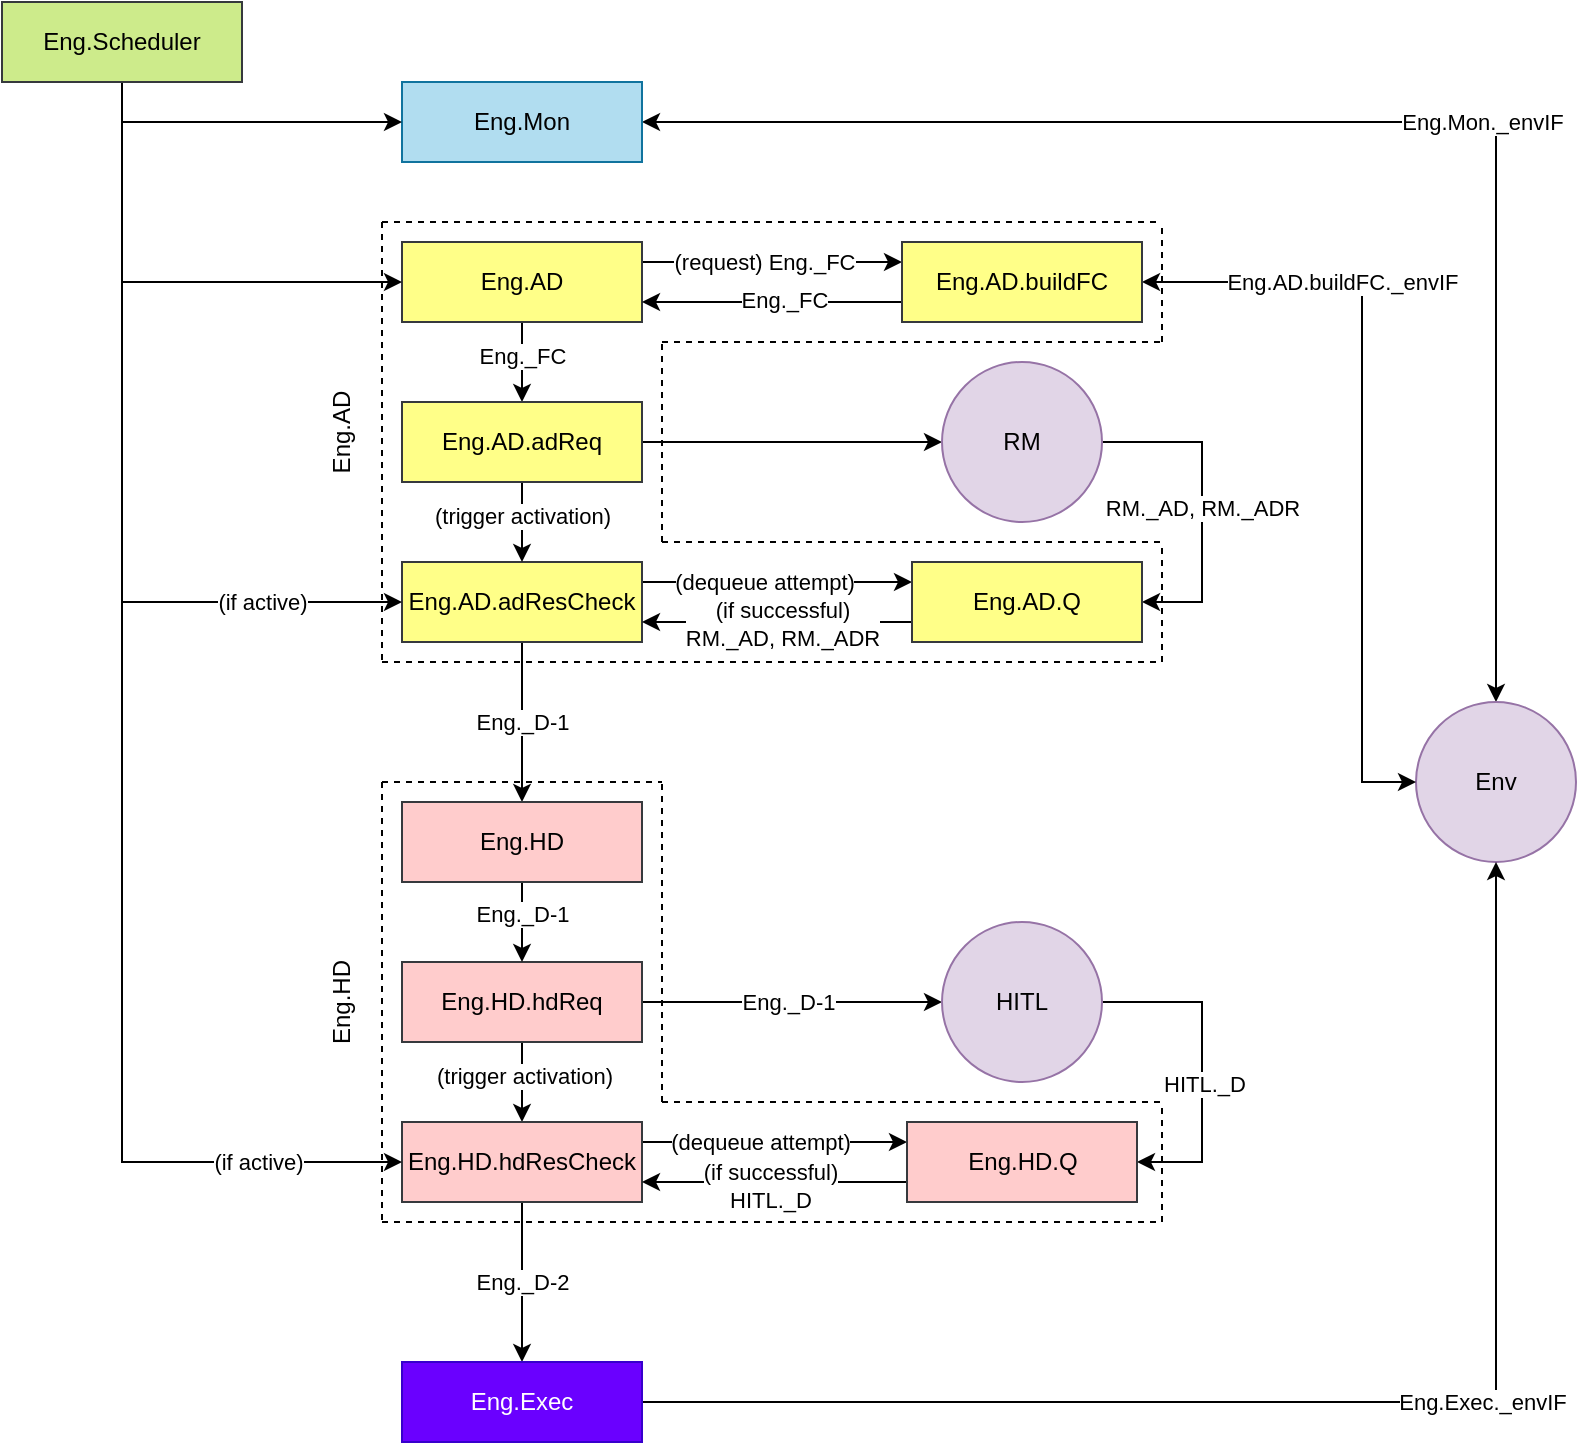
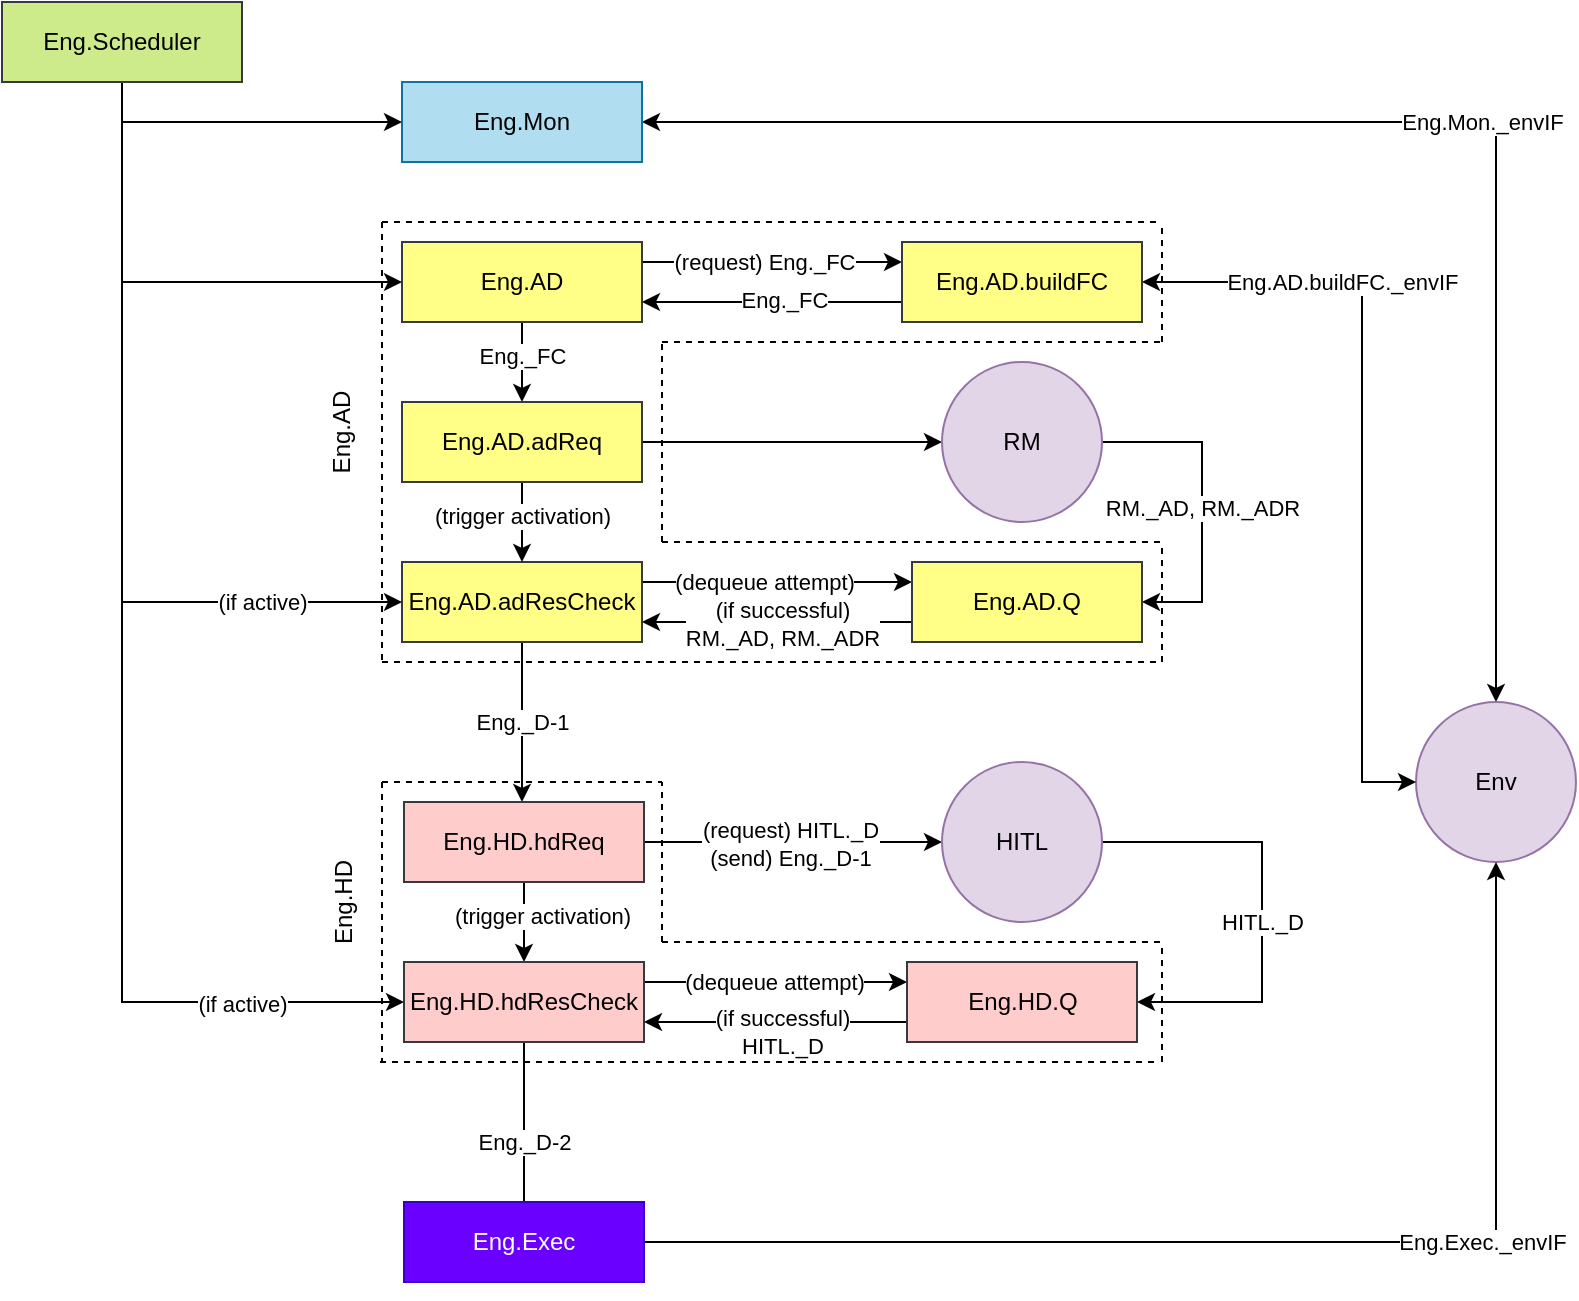
<mxfile host="app.diagrams.net">
  <diagram name="Page-1" id="OlbvHiH25T4Iblp31CC4">
-     <mxGraphModel dx="1304" dy="724" grid="0" gridSize="10" guides="1" tooltips="1" connect="1" arrows="1" fold="1" page="1" pageScale="1" pageWidth="827" pageHeight="1169" background="#ffffff" math="0" shadow="0">
+     <mxGraphModel dx="889" dy="494" grid="0" gridSize="10" guides="1" tooltips="1" connect="1" arrows="1" fold="1" page="1" pageScale="1" pageWidth="827" pageHeight="1169" background="#ffffff" math="0" shadow="0">
      <root>
        <mxCell id="0" />
        <mxCell id="1" parent="0" />
        <mxCell id="co-fIusRbvJiOKSlR68D-45" edge="1" parent="1" source="co-fIusRbvJiOKSlR68D-1" style="edgeStyle=orthogonalEdgeStyle;rounded=0;orthogonalLoop=1;jettySize=auto;html=1;exitX=1;exitY=0.25;exitDx=0;exitDy=0;entryX=0;entryY=0.25;entryDx=0;entryDy=0;" target="co-fIusRbvJiOKSlR68D-44">
          <mxGeometry relative="1" as="geometry" />
        </mxCell>
        <mxCell id="co-fIusRbvJiOKSlR68D-48" connectable="0" parent="co-fIusRbvJiOKSlR68D-45" style="edgeLabel;html=1;align=center;verticalAlign=middle;resizable=0;points=[];" value="(dequeue attempt)" vertex="1">
          <mxGeometry relative="1" x="-0.1062" as="geometry">
            <mxPoint as="offset" />
          </mxGeometry>
        </mxCell>
-         <mxCell id="co-fIusRbvJiOKSlR68D-66" edge="1" parent="1" source="co-fIusRbvJiOKSlR68D-1" style="edgeStyle=orthogonalEdgeStyle;rounded=0;orthogonalLoop=1;jettySize=auto;html=1;exitX=0.5;exitY=1;exitDx=0;exitDy=0;entryX=0.5;entryY=0;entryDx=0;entryDy=0;" target="co-fIusRbvJiOKSlR68D-65">
-           <mxGeometry relative="1" as="geometry" />
+         <mxCell id="co-fIusRbvJiOKSlR68D-66" edge="1" parent="1" source="co-fIusRbvJiOKSlR68D-1" style="edgeStyle=orthogonalEdgeStyle;rounded=0;orthogonalLoop=1;jettySize=auto;html=1;exitX=0.5;exitY=1;exitDx=0;exitDy=0;entryX=0.5;entryY=0;entryDx=0;entryDy=0;">
+           <mxGeometry relative="1" as="geometry">
+             <mxPoint x="380" y="520" as="targetPoint" />
+           </mxGeometry>
        </mxCell>
        <mxCell id="co-fIusRbvJiOKSlR68D-1" parent="1" style="rounded=0;whiteSpace=wrap;html=1;fillColor=#ffff88;strokeColor=#36393d;" value="Eng.AD.adResCheck" vertex="1">
          <mxGeometry height="40" width="120" x="320" y="400" as="geometry" />
        </mxCell>
        <mxCell id="co-fIusRbvJiOKSlR68D-20" edge="1" parent="1" source="co-fIusRbvJiOKSlR68D-2" style="edgeStyle=orthogonalEdgeStyle;rounded=0;orthogonalLoop=1;jettySize=auto;html=1;exitX=1;exitY=0.5;exitDx=0;exitDy=0;strokeColor=default;startArrow=classic;startFill=1;" target="co-fIusRbvJiOKSlR68D-19">
          <mxGeometry relative="1" as="geometry" />
        </mxCell>
        <mxCell id="co-fIusRbvJiOKSlR68D-22" connectable="0" parent="co-fIusRbvJiOKSlR68D-20" style="edgeLabel;html=1;align=center;verticalAlign=middle;resizable=0;points=[];" value="Eng.Mon._envIF" vertex="1">
          <mxGeometry relative="1" x="-0.04" y="2" as="geometry">
            <mxPoint x="76" y="2" as="offset" />
          </mxGeometry>
        </mxCell>
        <mxCell id="co-fIusRbvJiOKSlR68D-2" parent="1" style="rounded=0;whiteSpace=wrap;html=1;fillColor=#b1ddf0;strokeColor=#10739e;" value="Eng.Mon" vertex="1">
          <mxGeometry height="40" width="120" x="320" y="160" as="geometry" />
        </mxCell>
        <mxCell id="co-fIusRbvJiOKSlR68D-30" edge="1" parent="1" source="co-fIusRbvJiOKSlR68D-3" style="edgeStyle=orthogonalEdgeStyle;rounded=0;orthogonalLoop=1;jettySize=auto;html=1;exitX=1;exitY=0.25;exitDx=0;exitDy=0;entryX=0;entryY=0.25;entryDx=0;entryDy=0;" target="co-fIusRbvJiOKSlR68D-23">
          <mxGeometry relative="1" as="geometry" />
        </mxCell>
        <mxCell id="co-fIusRbvJiOKSlR68D-32" connectable="0" parent="co-fIusRbvJiOKSlR68D-30" style="edgeLabel;html=1;align=center;verticalAlign=middle;resizable=0;points=[];" value="(request) Eng._FC" vertex="1">
          <mxGeometry relative="1" x="-0.1785" as="geometry">
            <mxPoint x="7" as="offset" />
          </mxGeometry>
        </mxCell>
        <mxCell id="co-fIusRbvJiOKSlR68D-34" edge="1" parent="1" source="co-fIusRbvJiOKSlR68D-3" style="edgeStyle=orthogonalEdgeStyle;rounded=0;orthogonalLoop=1;jettySize=auto;html=1;exitX=0.5;exitY=1;exitDx=0;exitDy=0;" target="co-fIusRbvJiOKSlR68D-5">
          <mxGeometry relative="1" as="geometry" />
        </mxCell>
        <mxCell id="co-fIusRbvJiOKSlR68D-35" connectable="0" parent="co-fIusRbvJiOKSlR68D-34" style="edgeLabel;html=1;align=center;verticalAlign=middle;resizable=0;points=[];" value="Eng._FC" vertex="1">
          <mxGeometry relative="1" x="-0.38" y="-1" as="geometry">
            <mxPoint x="1" y="4" as="offset" />
          </mxGeometry>
        </mxCell>
        <mxCell id="co-fIusRbvJiOKSlR68D-3" parent="1" style="rounded=0;whiteSpace=wrap;html=1;fillColor=#ffff88;strokeColor=#36393d;" value="Eng.AD" vertex="1">
          <mxGeometry height="40" width="120" x="320" y="240" as="geometry" />
        </mxCell>
        <mxCell id="co-fIusRbvJiOKSlR68D-75" edge="1" parent="1" source="co-fIusRbvJiOKSlR68D-4" style="edgeStyle=orthogonalEdgeStyle;rounded=0;orthogonalLoop=1;jettySize=auto;html=1;exitX=1;exitY=0.5;exitDx=0;exitDy=0;entryX=0;entryY=0.5;entryDx=0;entryDy=0;" target="co-fIusRbvJiOKSlR68D-68">
          <mxGeometry relative="1" as="geometry" />
        </mxCell>
        <mxCell id="co-fIusRbvJiOKSlR68D-90" edge="1" parent="1" source="co-fIusRbvJiOKSlR68D-4" style="edgeStyle=orthogonalEdgeStyle;rounded=0;orthogonalLoop=1;jettySize=auto;html=1;exitX=0.5;exitY=1;exitDx=0;exitDy=0;entryX=0.5;entryY=0;entryDx=0;entryDy=0;" target="co-fIusRbvJiOKSlR68D-6">
          <mxGeometry relative="1" as="geometry" />
        </mxCell>
        <mxCell id="co-fIusRbvJiOKSlR68D-4" parent="1" style="rounded=0;whiteSpace=wrap;html=1;fillColor=#ffcccc;strokeColor=#36393d;" value="Eng.HD.hdReq&lt;span style=&quot;color: rgba(0, 0, 0, 0); font-family: monospace; font-size: 0px; text-align: start; white-space: nowrap;&quot;&gt;%3CmxGraphModel%3E%3Croot%3E%3CmxCell%20id%3D%220%22%2F%3E%3CmxCell%20id%3D%221%22%20parent%3D%220%22%2F%3E%3CmxCell%20id%3D%222%22%20parent%3D%221%22%20style%3D%22rounded%3D0%3BwhiteSpace%3Dwrap%3Bhtml%3D1%3B%22%20value%3D%22Eng.dResCheck%22%20vertex%3D%221%22%3E%3CmxGeometry%20height%3D%2240%22%20width%3D%22120%22%20x%3D%22160%22%20y%3D%2280%22%20as%3D%22geometry%22%2F%3E%3C%2FmxCell%3E%3C%2Froot%3E%3C%2FmxGraphModel%3E&lt;/span&gt;" vertex="1">
-           <mxGeometry height="40" width="120" x="320" y="600" as="geometry" />
+           <mxGeometry height="40" width="120" x="321" y="520" as="geometry" />
        </mxCell>
        <mxCell id="co-fIusRbvJiOKSlR68D-36" edge="1" parent="1" source="co-fIusRbvJiOKSlR68D-5" style="edgeStyle=orthogonalEdgeStyle;rounded=0;orthogonalLoop=1;jettySize=auto;html=1;exitX=1;exitY=0.5;exitDx=0;exitDy=0;entryX=0;entryY=0.5;entryDx=0;entryDy=0;" target="co-fIusRbvJiOKSlR68D-37">
          <mxGeometry relative="1" as="geometry">
            <mxPoint x="560" y="340" as="targetPoint" />
          </mxGeometry>
        </mxCell>
        <mxCell id="co-fIusRbvJiOKSlR68D-39" edge="1" parent="1" source="co-fIusRbvJiOKSlR68D-5" style="edgeStyle=orthogonalEdgeStyle;rounded=0;orthogonalLoop=1;jettySize=auto;html=1;exitX=0.5;exitY=1;exitDx=0;exitDy=0;entryX=0.5;entryY=0;entryDx=0;entryDy=0;" target="co-fIusRbvJiOKSlR68D-1">
          <mxGeometry relative="1" as="geometry" />
        </mxCell>
        <mxCell id="co-fIusRbvJiOKSlR68D-40" connectable="0" parent="co-fIusRbvJiOKSlR68D-39" style="edgeLabel;html=1;align=center;verticalAlign=middle;resizable=0;points=[];" value="(trigger activation)" vertex="1">
          <mxGeometry relative="1" x="-0.18" as="geometry">
            <mxPoint as="offset" />
          </mxGeometry>
        </mxCell>
        <mxCell id="co-fIusRbvJiOKSlR68D-5" parent="1" style="rounded=0;whiteSpace=wrap;html=1;fillColor=#ffff88;strokeColor=#36393d;" value="Eng.AD.adReq" vertex="1">
          <mxGeometry height="40" width="120" x="320" y="320" as="geometry" />
        </mxCell>
        <mxCell id="co-fIusRbvJiOKSlR68D-79" edge="1" parent="1" source="co-fIusRbvJiOKSlR68D-6" style="edgeStyle=orthogonalEdgeStyle;rounded=0;orthogonalLoop=1;jettySize=auto;html=1;exitX=1;exitY=0.25;exitDx=0;exitDy=0;entryX=0;entryY=0.25;entryDx=0;entryDy=0;" target="co-fIusRbvJiOKSlR68D-77">
          <mxGeometry relative="1" as="geometry" />
        </mxCell>
        <mxCell id="co-fIusRbvJiOKSlR68D-97" edge="1" parent="1" source="co-fIusRbvJiOKSlR68D-6" style="edgeStyle=orthogonalEdgeStyle;rounded=0;orthogonalLoop=1;jettySize=auto;html=1;exitX=0.5;exitY=1;exitDx=0;exitDy=0;entryX=0.5;entryY=0;entryDx=0;entryDy=0;" target="co-fIusRbvJiOKSlR68D-93">
          <mxGeometry relative="1" as="geometry">
            <Array as="points">
              <mxPoint x="380" y="760" />
              <mxPoint x="380" y="760" />
            </Array>
          </mxGeometry>
        </mxCell>
        <mxCell id="co-fIusRbvJiOKSlR68D-6" parent="1" style="rounded=0;whiteSpace=wrap;html=1;fillColor=#ffcccc;strokeColor=#36393d;" value="Eng.HD.hdResCheck" vertex="1">
-           <mxGeometry height="40" width="120" x="320" y="680" as="geometry" />
+           <mxGeometry height="40" width="120" x="321" y="600" as="geometry" />
        </mxCell>
        <mxCell id="co-fIusRbvJiOKSlR68D-19" parent="1" style="ellipse;whiteSpace=wrap;html=1;aspect=fixed;fillColor=#e1d5e7;strokeColor=#9673a6;" value="Env" vertex="1">
          <mxGeometry height="80" width="80" x="827" y="470" as="geometry" />
        </mxCell>
        <mxCell id="co-fIusRbvJiOKSlR68D-31" edge="1" parent="1" source="co-fIusRbvJiOKSlR68D-23" style="edgeStyle=orthogonalEdgeStyle;rounded=0;orthogonalLoop=1;jettySize=auto;html=1;exitX=0;exitY=0.75;exitDx=0;exitDy=0;entryX=1;entryY=0.75;entryDx=0;entryDy=0;" target="co-fIusRbvJiOKSlR68D-3">
          <mxGeometry relative="1" as="geometry" />
        </mxCell>
        <mxCell id="co-fIusRbvJiOKSlR68D-33" connectable="0" parent="co-fIusRbvJiOKSlR68D-31" style="edgeLabel;html=1;align=center;verticalAlign=middle;resizable=0;points=[];" value="Eng._FC" vertex="1">
          <mxGeometry relative="1" x="0.0708" y="-1" as="geometry">
            <mxPoint x="10" as="offset" />
          </mxGeometry>
        </mxCell>
        <mxCell id="co-fIusRbvJiOKSlR68D-106" edge="1" parent="1" source="co-fIusRbvJiOKSlR68D-23" style="edgeStyle=orthogonalEdgeStyle;rounded=0;orthogonalLoop=1;jettySize=auto;html=1;exitX=1;exitY=0.5;exitDx=0;exitDy=0;entryX=0;entryY=0.5;entryDx=0;entryDy=0;startArrow=classic;startFill=1;" target="co-fIusRbvJiOKSlR68D-19">
          <mxGeometry relative="1" as="geometry">
            <Array as="points">
              <mxPoint x="800" y="260" />
              <mxPoint x="800" y="510" />
            </Array>
          </mxGeometry>
        </mxCell>
        <mxCell id="co-fIusRbvJiOKSlR68D-23" parent="1" style="rounded=0;whiteSpace=wrap;html=1;fillColor=#ffff88;strokeColor=#36393d;" value="Eng.AD.buildFC" vertex="1">
          <mxGeometry height="40" width="120" x="570" y="240" as="geometry" />
        </mxCell>
        <mxCell id="co-fIusRbvJiOKSlR68D-25" edge="1" parent="1" source="co-fIusRbvJiOKSlR68D-24" style="edgeStyle=orthogonalEdgeStyle;rounded=0;orthogonalLoop=1;jettySize=auto;html=1;exitX=0.5;exitY=1;exitDx=0;exitDy=0;entryX=0;entryY=0.5;entryDx=0;entryDy=0;" target="co-fIusRbvJiOKSlR68D-2">
          <mxGeometry relative="1" as="geometry" />
        </mxCell>
        <mxCell id="co-fIusRbvJiOKSlR68D-26" edge="1" parent="1" source="co-fIusRbvJiOKSlR68D-24" style="edgeStyle=orthogonalEdgeStyle;rounded=0;orthogonalLoop=1;jettySize=auto;html=1;exitX=0.5;exitY=1;exitDx=0;exitDy=0;entryX=0;entryY=0.5;entryDx=0;entryDy=0;" target="co-fIusRbvJiOKSlR68D-3">
          <mxGeometry relative="1" as="geometry" />
        </mxCell>
        <mxCell id="co-fIusRbvJiOKSlR68D-38" edge="1" parent="1" source="co-fIusRbvJiOKSlR68D-24" style="edgeStyle=orthogonalEdgeStyle;rounded=0;orthogonalLoop=1;jettySize=auto;html=1;exitX=0.5;exitY=1;exitDx=0;exitDy=0;entryX=0;entryY=0.5;entryDx=0;entryDy=0;" target="co-fIusRbvJiOKSlR68D-1">
          <mxGeometry relative="1" as="geometry" />
        </mxCell>
        <mxCell id="co-fIusRbvJiOKSlR68D-42" connectable="0" parent="co-fIusRbvJiOKSlR68D-38" style="edgeLabel;html=1;align=center;verticalAlign=middle;resizable=0;points=[];" value="(if active)" vertex="1">
          <mxGeometry relative="1" x="0.6308" y="-2" as="geometry">
            <mxPoint x="4" y="-2" as="offset" />
          </mxGeometry>
        </mxCell>
        <mxCell id="co-fIusRbvJiOKSlR68D-81" edge="1" parent="1" source="co-fIusRbvJiOKSlR68D-24" style="edgeStyle=orthogonalEdgeStyle;rounded=0;orthogonalLoop=1;jettySize=auto;html=1;exitX=0.5;exitY=1;exitDx=0;exitDy=0;entryX=0;entryY=0.5;entryDx=0;entryDy=0;" target="co-fIusRbvJiOKSlR68D-6">
          <mxGeometry relative="1" as="geometry" />
        </mxCell>
        <mxCell id="co-fIusRbvJiOKSlR68D-24" parent="1" style="rounded=0;whiteSpace=wrap;html=1;fillColor=#cdeb8b;strokeColor=#36393d;" value="Eng.Scheduler" vertex="1">
          <mxGeometry height="40" width="120" x="120" y="120" as="geometry" />
        </mxCell>
        <mxCell id="co-fIusRbvJiOKSlR68D-63" edge="1" parent="1" source="co-fIusRbvJiOKSlR68D-37" style="edgeStyle=orthogonalEdgeStyle;rounded=0;orthogonalLoop=1;jettySize=auto;html=1;exitX=1;exitY=0.5;exitDx=0;exitDy=0;entryX=1;entryY=0.5;entryDx=0;entryDy=0;" target="co-fIusRbvJiOKSlR68D-44">
          <mxGeometry relative="1" as="geometry">
            <Array as="points">
              <mxPoint x="720" y="340" />
              <mxPoint x="720" y="420" />
            </Array>
          </mxGeometry>
        </mxCell>
        <mxCell id="co-fIusRbvJiOKSlR68D-64" connectable="0" parent="co-fIusRbvJiOKSlR68D-63" style="edgeLabel;html=1;align=center;verticalAlign=middle;resizable=0;points=[];" value="RM._AD, RM._ADR" vertex="1">
          <mxGeometry relative="1" x="0.0314" y="-2" as="geometry">
            <mxPoint x="2" as="offset" />
          </mxGeometry>
        </mxCell>
        <mxCell id="co-fIusRbvJiOKSlR68D-37" parent="1" style="ellipse;whiteSpace=wrap;html=1;aspect=fixed;fillColor=#e1d5e7;strokeColor=#9673a6;" value="RM" vertex="1">
          <mxGeometry height="80" width="80" x="590" y="300" as="geometry" />
        </mxCell>
        <mxCell id="co-fIusRbvJiOKSlR68D-47" edge="1" parent="1" source="co-fIusRbvJiOKSlR68D-44" style="edgeStyle=orthogonalEdgeStyle;rounded=0;orthogonalLoop=1;jettySize=auto;html=1;exitX=0;exitY=0.75;exitDx=0;exitDy=0;entryX=1;entryY=0.75;entryDx=0;entryDy=0;" target="co-fIusRbvJiOKSlR68D-1">
          <mxGeometry relative="1" as="geometry" />
        </mxCell>
        <mxCell id="co-fIusRbvJiOKSlR68D-49" connectable="0" parent="co-fIusRbvJiOKSlR68D-47" style="edgeLabel;html=1;align=center;verticalAlign=middle;resizable=0;points=[];" value="(if successful)&lt;div&gt;RM._AD, RM._ADR&lt;/div&gt;" vertex="1">
          <mxGeometry relative="1" x="0.0084" as="geometry">
            <mxPoint x="3" y="1" as="offset" />
          </mxGeometry>
        </mxCell>
        <mxCell id="co-fIusRbvJiOKSlR68D-44" parent="1" style="rounded=0;whiteSpace=wrap;html=1;fillColor=#ffff88;strokeColor=#36393d;" value="Eng.AD.Q" vertex="1">
          <mxGeometry height="40" width="115" x="575" y="400" as="geometry" />
        </mxCell>
        <mxCell id="co-fIusRbvJiOKSlR68D-51" edge="1" parent="1" style="endArrow=none;dashed=1;html=1;rounded=0;" value="">
          <mxGeometry height="50" relative="1" width="50" as="geometry">
            <mxPoint x="310" y="230" as="sourcePoint" />
            <mxPoint x="700" y="230" as="targetPoint" />
          </mxGeometry>
        </mxCell>
        <mxCell id="co-fIusRbvJiOKSlR68D-52" edge="1" parent="1" style="endArrow=none;dashed=1;html=1;rounded=0;" value="">
          <mxGeometry height="50" relative="1" width="50" as="geometry">
            <mxPoint x="310" y="230" as="sourcePoint" />
            <mxPoint x="310" y="450" as="targetPoint" />
          </mxGeometry>
        </mxCell>
        <mxCell id="co-fIusRbvJiOKSlR68D-53" edge="1" parent="1" style="endArrow=none;dashed=1;html=1;rounded=0;" value="">
          <mxGeometry height="50" relative="1" width="50" as="geometry">
            <mxPoint x="310" y="450" as="sourcePoint" />
            <mxPoint x="700" y="450" as="targetPoint" />
          </mxGeometry>
        </mxCell>
        <mxCell id="co-fIusRbvJiOKSlR68D-54" edge="1" parent="1" style="endArrow=none;dashed=1;html=1;rounded=0;" value="">
          <mxGeometry height="50" relative="1" width="50" as="geometry">
            <mxPoint x="700" y="450" as="sourcePoint" />
            <mxPoint x="700" y="390" as="targetPoint" />
          </mxGeometry>
        </mxCell>
        <mxCell id="co-fIusRbvJiOKSlR68D-55" edge="1" parent="1" style="endArrow=none;dashed=1;html=1;rounded=0;" value="">
          <mxGeometry height="50" relative="1" width="50" as="geometry">
            <mxPoint x="450" y="390" as="sourcePoint" />
            <mxPoint x="700" y="390" as="targetPoint" />
          </mxGeometry>
        </mxCell>
        <mxCell id="co-fIusRbvJiOKSlR68D-57" edge="1" parent="1" style="endArrow=none;dashed=1;html=1;rounded=0;" value="">
          <mxGeometry height="50" relative="1" width="50" as="geometry">
            <mxPoint x="450" y="290" as="sourcePoint" />
            <mxPoint x="700" y="290" as="targetPoint" />
          </mxGeometry>
        </mxCell>
        <mxCell id="co-fIusRbvJiOKSlR68D-58" parent="1" style="text;html=1;whiteSpace=wrap;strokeColor=none;fillColor=none;align=center;verticalAlign=middle;rounded=0;rotation=-90;" value="Eng.AD" vertex="1">
          <mxGeometry height="30" width="60" x="260" y="320" as="geometry" />
        </mxCell>
        <mxCell id="co-fIusRbvJiOKSlR68D-59" edge="1" parent="1" style="endArrow=none;dashed=1;html=1;rounded=0;" value="">
          <mxGeometry height="50" relative="1" width="50" as="geometry">
            <mxPoint x="700" y="290" as="sourcePoint" />
            <mxPoint x="700" y="230" as="targetPoint" />
          </mxGeometry>
        </mxCell>
        <mxCell id="co-fIusRbvJiOKSlR68D-60" edge="1" parent="1" style="endArrow=none;dashed=1;html=1;rounded=0;" value="">
          <mxGeometry height="50" relative="1" width="50" as="geometry">
            <mxPoint x="450" y="390" as="sourcePoint" />
            <mxPoint x="450" y="290" as="targetPoint" />
          </mxGeometry>
        </mxCell>
-         <mxCell id="co-fIusRbvJiOKSlR68D-71" edge="1" parent="1" source="co-fIusRbvJiOKSlR68D-65" style="edgeStyle=orthogonalEdgeStyle;rounded=0;orthogonalLoop=1;jettySize=auto;html=1;exitX=0.5;exitY=1;exitDx=0;exitDy=0;entryX=0.5;entryY=0;entryDx=0;entryDy=0;" target="co-fIusRbvJiOKSlR68D-4">
-           <mxGeometry relative="1" as="geometry" />
-         </mxCell>
-         <mxCell id="co-fIusRbvJiOKSlR68D-100" connectable="0" parent="co-fIusRbvJiOKSlR68D-71" style="edgeLabel;html=1;align=center;verticalAlign=middle;resizable=0;points=[];" value="&lt;span style=&quot;color: rgba(0, 0, 0, 0); font-family: monospace; font-size: 0px; text-align: start; background-color: rgb(236, 236, 236);&quot;&gt;%3CmxGraphModel%3E%3Croot%3E%3CmxCell%20id%3D%220%22%2F%3E%3CmxCell%20id%3D%221%22%20parent%3D%220%22%2F%3E%3CmxCell%20id%3D%222%22%20connectable%3D%220%22%20parent%3D%221%22%20style%3D%22edgeLabel%3Bhtml%3D1%3Balign%3Dcenter%3BverticalAlign%3Dmiddle%3Bresizable%3D0%3Bpoints%3D%5B%5D%3B%22%20value%3D%22Eng._D-1%22%20vertex%3D%221%22%3E%3CmxGeometry%20x%3D%22513%22%20y%3D%22620%22%20as%3D%22geometry%22%2F%3E%3C%2FmxCell%3E%3C%2Froot%3E%3C%2FmxGraphModel%3E&lt;/span&gt;" vertex="1">
-           <mxGeometry relative="1" x="-0.1789" as="geometry">
-             <mxPoint as="offset" />
-           </mxGeometry>
-         </mxCell>
-         <mxCell id="co-fIusRbvJiOKSlR68D-65" parent="1" style="rounded=0;whiteSpace=wrap;html=1;fillColor=#ffcccc;strokeColor=#36393d;" value="Eng.HD" vertex="1">
-           <mxGeometry height="40" width="120" x="320" y="520" as="geometry" />
-         </mxCell>
        <mxCell id="co-fIusRbvJiOKSlR68D-67" connectable="0" parent="1" style="edgeLabel;html=1;align=center;verticalAlign=middle;resizable=0;points=[];" value="Eng._D-1" vertex="1">
          <mxGeometry x="380" y="480" as="geometry" />
        </mxCell>
        <mxCell id="co-fIusRbvJiOKSlR68D-78" edge="1" parent="1" source="co-fIusRbvJiOKSlR68D-68" style="edgeStyle=orthogonalEdgeStyle;rounded=0;orthogonalLoop=1;jettySize=auto;html=1;exitX=1;exitY=0.5;exitDx=0;exitDy=0;entryX=1;entryY=0.5;entryDx=0;entryDy=0;" target="co-fIusRbvJiOKSlR68D-77">
          <mxGeometry relative="1" as="geometry">
            <Array as="points">
-               <mxPoint x="720" y="620" />
-               <mxPoint x="720" y="700" />
+               <mxPoint x="750" y="540" />
+               <mxPoint x="750" y="620" />
            </Array>
          </mxGeometry>
        </mxCell>
        <mxCell id="co-fIusRbvJiOKSlR68D-96" connectable="0" parent="co-fIusRbvJiOKSlR68D-78" style="edgeLabel;html=1;align=center;verticalAlign=middle;resizable=0;points=[];" value="HITL._D" vertex="1">
          <mxGeometry relative="1" x="0.1218" y="1" as="geometry">
-             <mxPoint as="offset" />
+             <mxPoint x="-1" y="-5" as="offset" />
          </mxGeometry>
        </mxCell>
        <mxCell id="co-fIusRbvJiOKSlR68D-68" parent="1" style="ellipse;whiteSpace=wrap;html=1;aspect=fixed;fillColor=#e1d5e7;strokeColor=#9673a6;" value="HITL" vertex="1">
-           <mxGeometry height="80" width="80" x="590" y="580" as="geometry" />
+           <mxGeometry height="80" width="80" x="590" y="500" as="geometry" />
        </mxCell>
        <mxCell id="co-fIusRbvJiOKSlR68D-80" edge="1" parent="1" source="co-fIusRbvJiOKSlR68D-77" style="edgeStyle=orthogonalEdgeStyle;rounded=0;orthogonalLoop=1;jettySize=auto;html=1;exitX=0;exitY=0.75;exitDx=0;exitDy=0;entryX=1;entryY=0.75;entryDx=0;entryDy=0;" target="co-fIusRbvJiOKSlR68D-6">
          <mxGeometry relative="1" as="geometry" />
        </mxCell>
        <mxCell id="co-fIusRbvJiOKSlR68D-77" parent="1" style="rounded=0;whiteSpace=wrap;html=1;fillColor=#ffcccc;strokeColor=#36393d;" value="Eng.HD.Q" vertex="1">
-           <mxGeometry height="40" width="115" x="572.5" y="680" as="geometry" />
+           <mxGeometry height="40" width="115" x="572.5" y="600" as="geometry" />
        </mxCell>
        <mxCell id="co-fIusRbvJiOKSlR68D-83" connectable="0" parent="1" style="edgeLabel;html=1;align=center;verticalAlign=middle;resizable=0;points=[];" value="(if active)" vertex="1">
-           <mxGeometry x="248" y="719" as="geometry">
+           <mxGeometry x="240" y="640" as="geometry">
            <mxPoint y="-19" as="offset" />
          </mxGeometry>
        </mxCell>
        <mxCell id="co-fIusRbvJiOKSlR68D-84" edge="1" parent="1" style="endArrow=none;dashed=1;html=1;rounded=0;" value="">
          <mxGeometry height="50" relative="1" width="50" as="geometry">
            <mxPoint x="310" y="510" as="sourcePoint" />
            <mxPoint x="450" y="510" as="targetPoint" />
          </mxGeometry>
        </mxCell>
        <mxCell id="co-fIusRbvJiOKSlR68D-85" edge="1" parent="1" style="endArrow=none;dashed=1;html=1;rounded=0;" value="">
          <mxGeometry height="50" relative="1" width="50" as="geometry">
            <mxPoint x="310" y="510" as="sourcePoint" />
-             <mxPoint x="310" y="730" as="targetPoint" />
+             <mxPoint x="310" y="650" as="targetPoint" />
          </mxGeometry>
        </mxCell>
        <mxCell id="co-fIusRbvJiOKSlR68D-86" edge="1" parent="1" style="endArrow=none;dashed=1;html=1;rounded=0;" value="">
          <mxGeometry height="50" relative="1" width="50" as="geometry">
-             <mxPoint x="310" y="730" as="sourcePoint" />
-             <mxPoint x="700" y="730" as="targetPoint" />
+             <mxPoint x="309" y="650" as="sourcePoint" />
+             <mxPoint x="699" y="650" as="targetPoint" />
          </mxGeometry>
        </mxCell>
        <mxCell id="co-fIusRbvJiOKSlR68D-87" edge="1" parent="1" style="endArrow=none;dashed=1;html=1;rounded=0;" value="">
          <mxGeometry height="50" relative="1" width="50" as="geometry">
-             <mxPoint x="700" y="730" as="sourcePoint" />
-             <mxPoint x="700" y="670" as="targetPoint" />
+             <mxPoint x="700" y="650" as="sourcePoint" />
+             <mxPoint x="700" y="590" as="targetPoint" />
          </mxGeometry>
        </mxCell>
        <mxCell id="co-fIusRbvJiOKSlR68D-88" edge="1" parent="1" style="endArrow=none;dashed=1;html=1;rounded=0;" value="">
          <mxGeometry height="50" relative="1" width="50" as="geometry">
-             <mxPoint x="450" y="670" as="sourcePoint" />
-             <mxPoint x="700" y="670" as="targetPoint" />
+             <mxPoint x="450" y="590" as="sourcePoint" />
+             <mxPoint x="700" y="590" as="targetPoint" />
          </mxGeometry>
        </mxCell>
        <mxCell id="co-fIusRbvJiOKSlR68D-89" edge="1" parent="1" style="endArrow=none;dashed=1;html=1;rounded=0;" value="">
          <mxGeometry height="50" relative="1" width="50" as="geometry">
-             <mxPoint x="450" y="670" as="sourcePoint" />
+             <mxPoint x="450" y="590" as="sourcePoint" />
            <mxPoint x="450" y="510" as="targetPoint" />
          </mxGeometry>
        </mxCell>
        <mxCell id="co-fIusRbvJiOKSlR68D-91" connectable="0" parent="1" style="edgeLabel;html=1;align=center;verticalAlign=middle;resizable=0;points=[];" value="(trigger activation)" vertex="1">
-           <mxGeometry x="381" y="657" as="geometry" />
+           <mxGeometry x="390" y="577" as="geometry" />
        </mxCell>
        <mxCell id="co-fIusRbvJiOKSlR68D-92" parent="1" style="text;html=1;whiteSpace=wrap;strokeColor=none;fillColor=none;align=center;verticalAlign=middle;rounded=0;rotation=-90;" value="Eng.HD" vertex="1">
-           <mxGeometry height="30" width="60" x="260" y="605" as="geometry" />
+           <mxGeometry height="30" width="60" x="261" y="555" as="geometry" />
        </mxCell>
        <mxCell id="co-fIusRbvJiOKSlR68D-102" edge="1" parent="1" source="co-fIusRbvJiOKSlR68D-93" style="edgeStyle=orthogonalEdgeStyle;rounded=0;orthogonalLoop=1;jettySize=auto;html=1;exitX=1;exitY=0.5;exitDx=0;exitDy=0;entryX=0.5;entryY=1;entryDx=0;entryDy=0;" target="co-fIusRbvJiOKSlR68D-19">
          <mxGeometry relative="1" as="geometry" />
        </mxCell>
        <mxCell id="co-fIusRbvJiOKSlR68D-103" connectable="0" parent="co-fIusRbvJiOKSlR68D-102" style="edgeLabel;html=1;align=center;verticalAlign=middle;resizable=0;points=[];" value="&lt;span style=&quot;color: rgba(0, 0, 0, 0); font-family: monospace; font-size: 0px; text-align: start; background-color: rgb(236, 236, 236);&quot;&gt;%3CmxGraphModel%3E%3Croot%3E%3CmxCell%20id%3D%220%22%2F%3E%3CmxCell%20id%3D%221%22%20parent%3D%220%22%2F%3E%3CmxCell%20id%3D%222%22%20connectable%3D%220%22%20parent%3D%221%22%20style%3D%22edgeLabel%3Bhtml%3D1%3Balign%3Dcenter%3BverticalAlign%3Dmiddle%3Bresizable%3D0%3Bpoints%3D%5B%5D%3B%22%20value%3D%22Eng._D-2%22%20vertex%3D%221%22%3E%3CmxGeometry%20x%3D%22381.0000000000002%22%20y%3D%22760.8695652173913%22%20as%3D%22geometry%22%2F%3E%3C%2FmxCell%3E%3C%2Froot%3E%3C%2FmxGraphModel%3E&lt;/span&gt;" vertex="1">
          <mxGeometry relative="1" x="0.2962" y="2" as="geometry">
            <mxPoint as="offset" />
          </mxGeometry>
        </mxCell>
        <mxCell id="co-fIusRbvJiOKSlR68D-93" parent="1" style="rounded=0;whiteSpace=wrap;html=1;fillColor=#6a00ff;strokeColor=#3700CC;fontColor=#ffffff;" value="Eng.Exec" vertex="1">
-           <mxGeometry height="40" width="120" x="320" y="800" as="geometry" />
+           <mxGeometry height="40" width="120" x="321" y="720" as="geometry" />
        </mxCell>
        <mxCell id="co-fIusRbvJiOKSlR68D-94" connectable="0" parent="1" style="edgeLabel;html=1;align=center;verticalAlign=middle;resizable=0;points=[];" value="(dequeue attempt)" vertex="1">
-           <mxGeometry x="513" y="700" as="geometry">
+           <mxGeometry x="520" y="620" as="geometry">
            <mxPoint x="-14" y="-10" as="offset" />
          </mxGeometry>
        </mxCell>
        <mxCell id="co-fIusRbvJiOKSlR68D-95" connectable="0" parent="1" style="edgeLabel;html=1;align=center;verticalAlign=middle;resizable=0;points=[];" value="(if successful)&lt;div&gt;HITL._D&lt;/div&gt;" vertex="1">
-           <mxGeometry x="504" y="712" as="geometry" />
-         </mxCell>
-         <mxCell id="co-fIusRbvJiOKSlR68D-99" connectable="0" parent="1" style="edgeLabel;html=1;align=center;verticalAlign=middle;resizable=0;points=[];" value="Eng._D-1" vertex="1">
-           <mxGeometry x="513" y="620" as="geometry" />
-         </mxCell>
-         <mxCell id="co-fIusRbvJiOKSlR68D-101" connectable="0" parent="1" style="edgeLabel;html=1;align=center;verticalAlign=middle;resizable=0;points=[];" value="Eng._D-1" vertex="1">
-           <mxGeometry x="395" y="588" as="geometry">
-             <mxPoint x="-15" y="-12" as="offset" />
+           <mxGeometry x="510" y="635" as="geometry" />
+         </mxCell>
+         <mxCell id="co-fIusRbvJiOKSlR68D-99" connectable="0" parent="1" style="edgeLabel;html=1;align=center;verticalAlign=middle;resizable=0;points=[];" value="(request) HITL._D&lt;div&gt;(send) Eng._D-1&lt;/div&gt;" vertex="1">
+           <mxGeometry x="504" y="540" as="geometry">
+             <mxPoint x="10" y="1" as="offset" />
          </mxGeometry>
        </mxCell>
        <mxCell id="co-fIusRbvJiOKSlR68D-104" connectable="0" parent="1" style="edgeLabel;html=1;align=center;verticalAlign=middle;resizable=0;points=[];" value="Eng.Exec._envIF" vertex="1">
-           <mxGeometry x="860" y="820" as="geometry" />
+           <mxGeometry x="860" y="740" as="geometry" />
        </mxCell>
        <mxCell id="co-fIusRbvJiOKSlR68D-105" connectable="0" parent="1" style="edgeLabel;html=1;align=center;verticalAlign=middle;resizable=0;points=[];" value="Eng._D-2" vertex="1">
-           <mxGeometry x="380" y="760" as="geometry" />
+           <mxGeometry x="381" y="690" as="geometry" />
        </mxCell>
        <mxCell id="co-fIusRbvJiOKSlR68D-107" connectable="0" parent="1" style="edgeLabel;html=1;align=center;verticalAlign=middle;resizable=0;points=[];" value="Eng.AD.buildFC._envIF" vertex="1">
          <mxGeometry x="790" y="260" as="geometry" />
        </mxCell>
      </root>
    </mxGraphModel>
  </diagram>
</mxfile>
